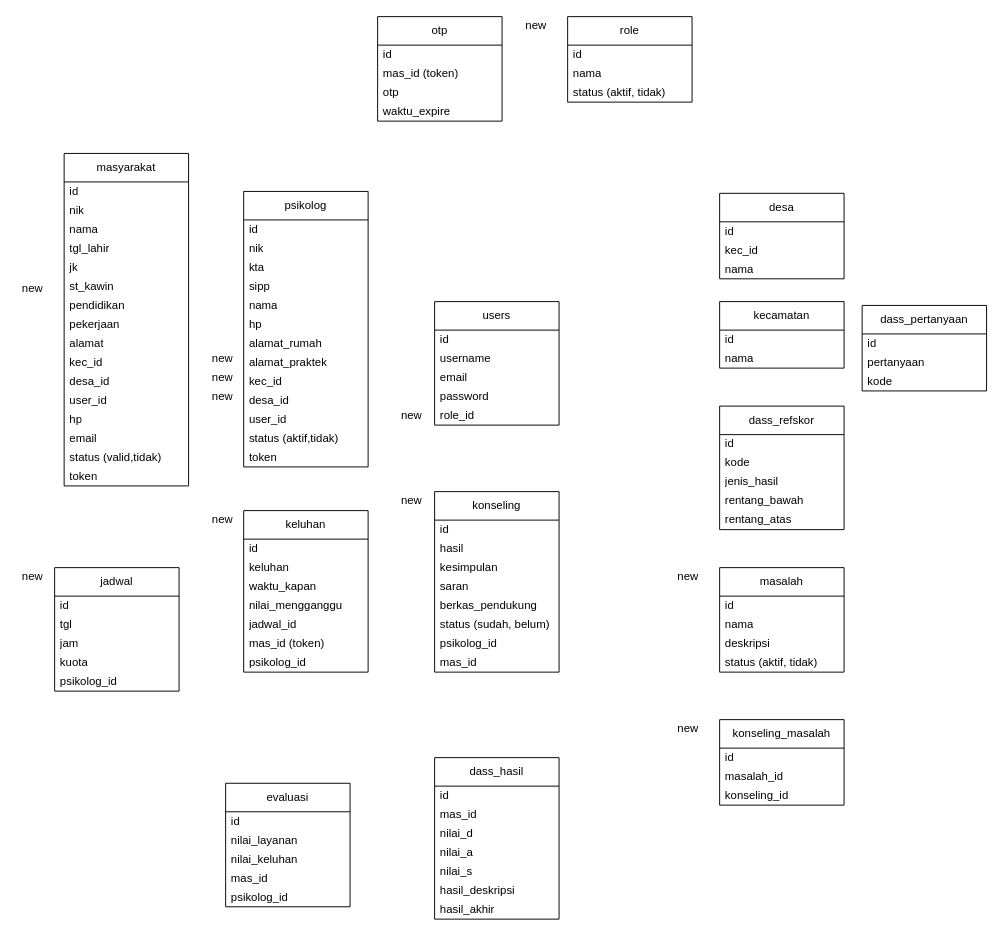
This is env_designs/erd_dmb.drawio from zeneight/drawio, a draw.io file, before an edit. Source tidied: cells renumbered, new cells numbered last; positions are measured from the earlier drawing's top-left corner, leaving out a move shared by most shapes. Both pictures are drawn from the tidied source at 95%, with x=0, y=0 at pixel (16, 16).
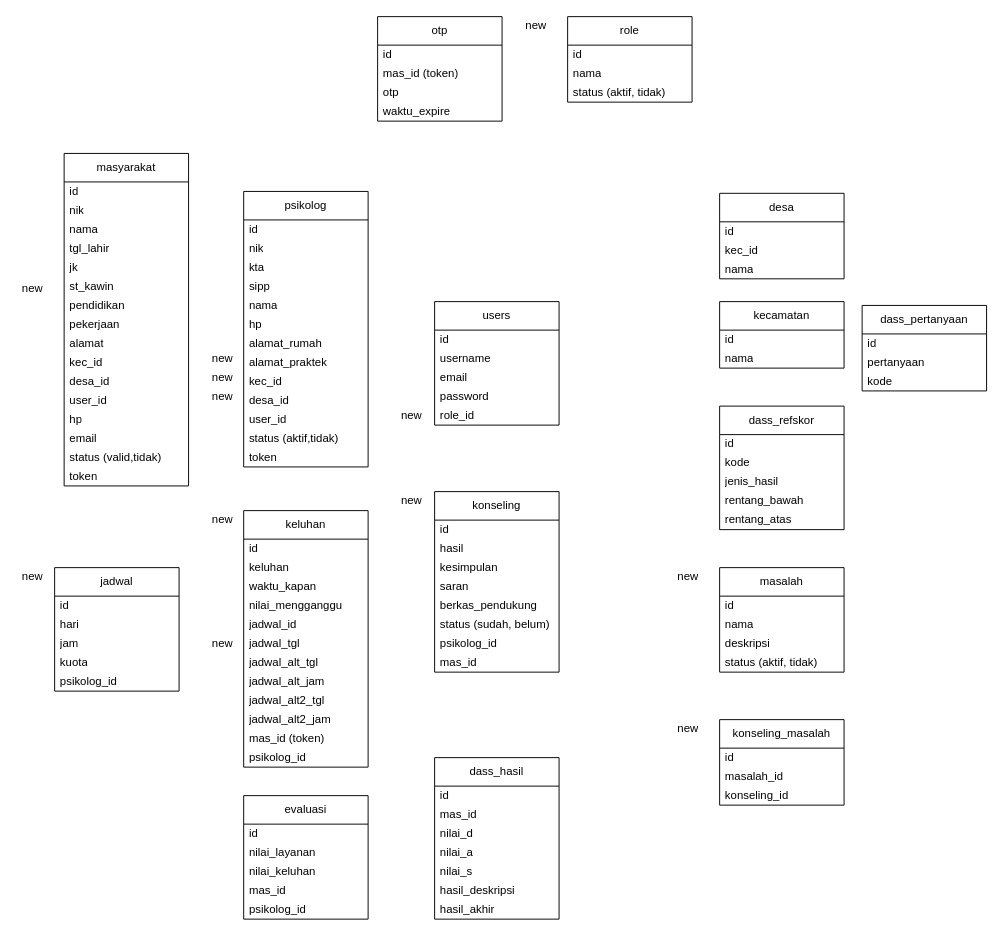
Above is the later version.

Unchanged cells that the change refers to:
```xml
<mxCell id="39" value="jadwal" style="swimlane;fontStyle=0;horizontal=1;startSize=30;whiteSpace=wrap;html=1;" parent="1" vertex="1">
  <mxGeometry x="40" y="580" width="131" height="130" as="geometry" />
</mxCell>
```

Diff of the diagram source:
```diff
@@
-    <mxCell id="41" value="tgl" style="text;strokeColor=none;fillColor=none;align=left;verticalAlign=middle;spacingLeft=4;spacingRight=4;overflow=hidden;whiteSpace=wrap;html=1;" parent="39" vertex="1">
+    <mxCell id="41" value="hari" style="text;strokeColor=none;fillColor=none;align=left;verticalAlign=middle;spacingLeft=4;spacingRight=4;overflow=hidden;whiteSpace=wrap;html=1;" parent="39" vertex="1">
       <mxGeometry y="50" width="131" height="20" as="geometry" />
     </mxCell>
@@
     <mxCell id="45" value="keluhan" style="swimlane;fontStyle=0;horizontal=1;startSize=30;whiteSpace=wrap;html=1;" parent="1" vertex="1">
-      <mxGeometry x="239" y="520" width="131" height="170" as="geometry" />
+      <mxGeometry x="239" y="520" width="131" height="270" as="geometry" />
     </mxCell>
@@
+    <mxCell id="122" value="jadwal_tgl" style="text;strokeColor=none;fillColor=none;align=left;verticalAlign=middle;spacingLeft=4;spacingRight=4;overflow=hidden;whiteSpace=wrap;html=1;" parent="45" vertex="1">
+      <mxGeometry y="130" width="131" height="20" as="geometry" />
+    </mxCell>
+    <mxCell id="123" value="jadwal_alt_tgl" style="text;strokeColor=none;fillColor=none;align=left;verticalAlign=middle;spacingLeft=4;spacingRight=4;overflow=hidden;whiteSpace=wrap;html=1;" parent="45" vertex="1">
+      <mxGeometry y="150" width="131" height="20" as="geometry" />
+    </mxCell>
+    <mxCell id="124" value="jadwal_alt_jam" style="text;strokeColor=none;fillColor=none;align=left;verticalAlign=middle;spacingLeft=4;spacingRight=4;overflow=hidden;whiteSpace=wrap;html=1;" parent="45" vertex="1">
+      <mxGeometry y="170" width="131" height="20" as="geometry" />
+    </mxCell>
+    <mxCell id="125" value="jadwal_alt2_tgl" style="text;strokeColor=none;fillColor=none;align=left;verticalAlign=middle;spacingLeft=4;spacingRight=4;overflow=hidden;whiteSpace=wrap;html=1;" parent="45" vertex="1">
+      <mxGeometry y="190" width="131" height="20" as="geometry" />
+    </mxCell>
+    <mxCell id="126" value="jadwal_alt2_jam" style="text;strokeColor=none;fillColor=none;align=left;verticalAlign=middle;spacingLeft=4;spacingRight=4;overflow=hidden;whiteSpace=wrap;html=1;" parent="45" vertex="1">
+      <mxGeometry y="210" width="131" height="20" as="geometry" />
+    </mxCell>
     <mxCell id="51" value="mas_id (token)" style="text;strokeColor=none;fillColor=none;align=left;verticalAlign=middle;spacingLeft=4;spacingRight=4;overflow=hidden;whiteSpace=wrap;html=1;" parent="45" vertex="1">
-      <mxGeometry y="130" width="131" height="20" as="geometry" />
+      <mxGeometry y="230" width="131" height="20" as="geometry" />
     </mxCell>
     <mxCell id="52" value="psikolog_id" style="text;strokeColor=none;fillColor=none;align=left;verticalAlign=middle;spacingLeft=4;spacingRight=4;overflow=hidden;whiteSpace=wrap;html=1;" parent="45" vertex="1">
-      <mxGeometry y="150" width="131" height="20" as="geometry" />
+      <mxGeometry y="250" width="131" height="20" as="geometry" />
     </mxCell>
@@
     <mxCell id="62" value="evaluasi" style="swimlane;fontStyle=0;horizontal=1;startSize=30;whiteSpace=wrap;html=1;" parent="1" vertex="1">
-      <mxGeometry x="220" y="807" width="131" height="130" as="geometry" />
+      <mxGeometry x="239" y="820" width="131" height="130" as="geometry" />
     </mxCell>
@@
+    <mxCell id="127" value="new" style="text;strokeColor=none;fillColor=none;align=left;verticalAlign=middle;spacingLeft=4;spacingRight=4;overflow=hidden;whiteSpace=wrap;html=1;" parent="1" vertex="1">
+      <mxGeometry x="200" y="650" width="50" height="20" as="geometry" />
+    </mxCell>
```
